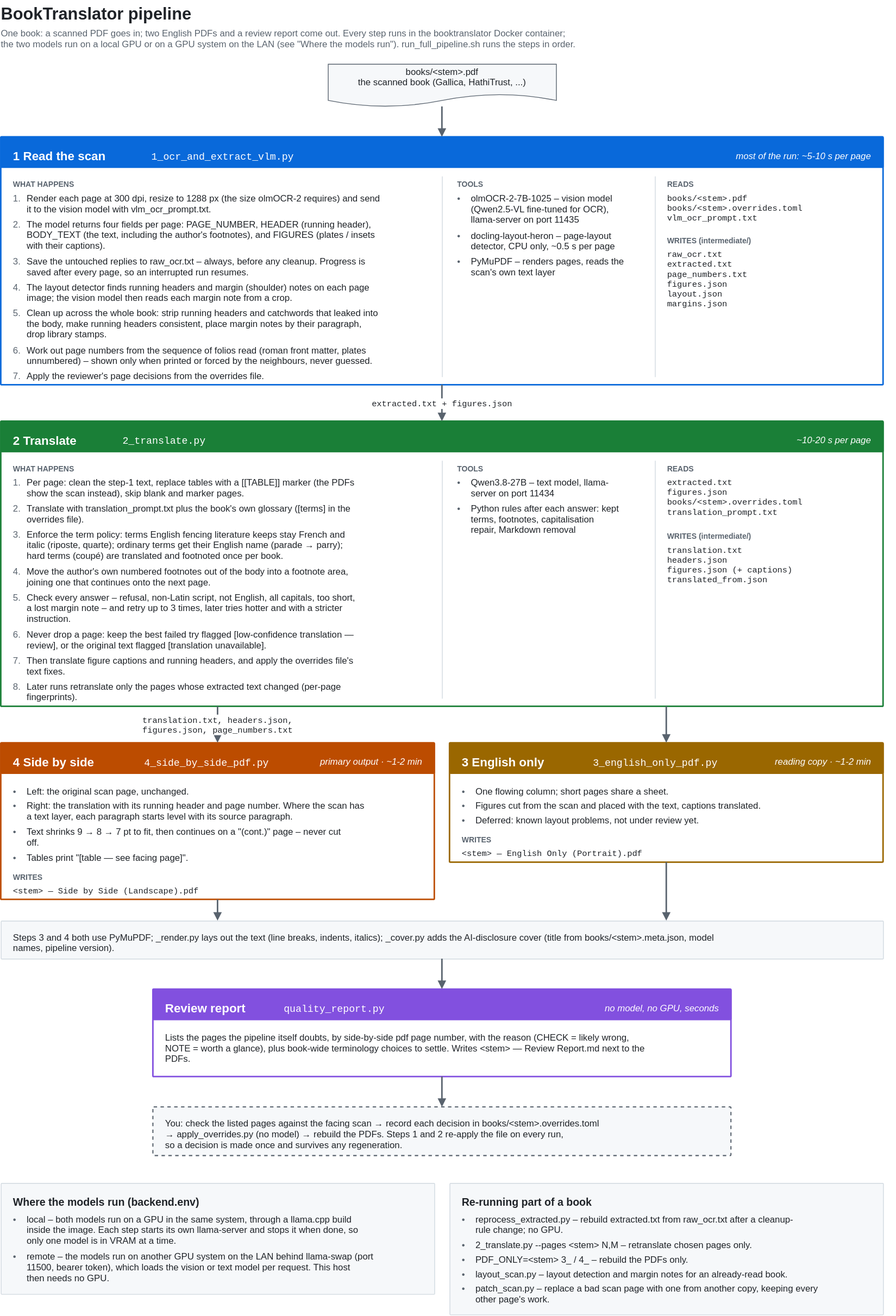
ncaccamo/FencingManualTranslator keeps this draw.io diagram as docs/img/pipeline-detail.drawio.svg. Above is the earlier version. Source tidied: cells renumbered, new cells last; positions are measured from the earlier drawing's top-left corner, leaving out a move shared by most shapes.
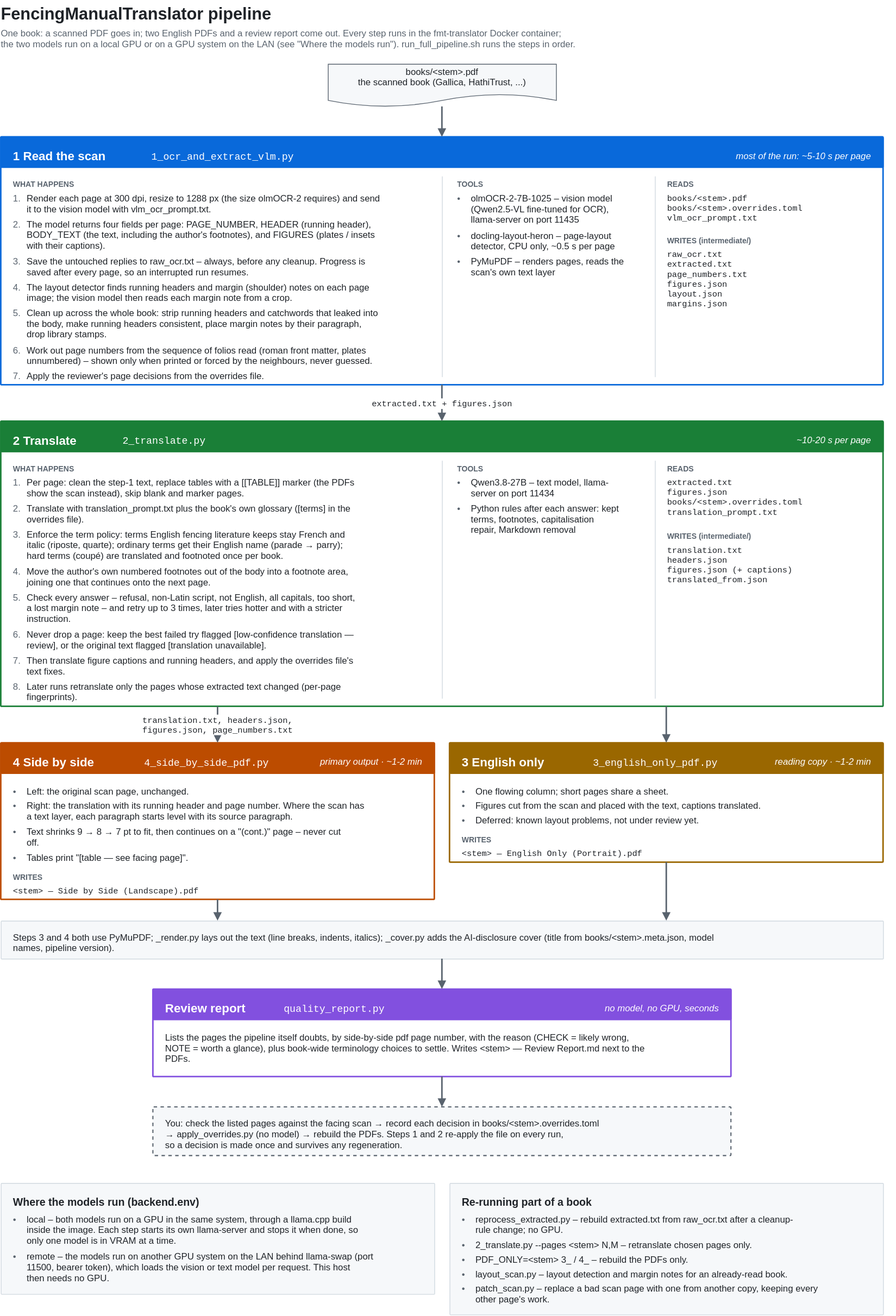
Above is the later version.

Diff of the diagram source:
```diff
@@ -2,10 +2,10 @@
   <root>
     <mxCell id="0" />
     <mxCell id="1" parent="0" />
-    <mxCell id="2" value="BookTranslator pipeline" style="text;html=0;whiteSpace=nowrap;align=left;verticalAlign=top;spacing=0;fontSize=22;fontFamily=Helvetica;fontColor=#1f2328;fontStyle=1;" parent="1" vertex="1">
+    <mxCell id="2" value="FencingManualTranslator pipeline" style="text;html=0;whiteSpace=nowrap;align=left;verticalAlign=top;spacing=0;fontSize=22;fontFamily=Helvetica;fontColor=#1f2328;fontStyle=1;" parent="1" vertex="1">
       <mxGeometry width="1160" height="15" as="geometry" />
     </mxCell>
-    <mxCell id="3" value="One book: a scanned PDF goes in; two English PDFs and a review report come out. Every step runs in the booktranslator Docker container;&#10;the two models run on a local GPU or on a GPU system on the LAN (see &quot;Where the models run&quot;). run_full_pipeline.sh runs the steps in order." style="text;html=0;whiteSpace=nowrap;align=left;verticalAlign=top;spacing=0;fontSize=12;fontFamily=Helvetica;fontColor=#59636e;fontStyle=0;" parent="1" vertex="1">
+    <mxCell id="3" value="One book: a scanned PDF goes in; two English PDFs and a review report come out. Every step runs in the fmt-translator Docker container;&#10;the two models run on a local GPU or on a GPU system on the LAN (see &quot;Where the models run&quot;). run_full_pipeline.sh runs the steps in order." style="text;html=0;whiteSpace=nowrap;align=left;verticalAlign=top;spacing=0;fontSize=12;fontFamily=Helvetica;fontColor=#59636e;fontStyle=0;" parent="1" vertex="1">
       <mxGeometry y="32" width="1160" height="30" as="geometry" />
     </mxCell>
     <mxCell id="4" value="books/&lt;stem&gt;.pdf&#10;the scanned book (Gallica, HathiTrust, ...)" style="shape=document;boundedLbl=1;html=0;whiteSpace=nowrap;fillColor=#f6f8fa;strokeColor=#59636e;fontFamily=Helvetica;fontSize=12;fontColor=#1f2328;spacingTop=-6;" parent="1" vertex="1">
```
